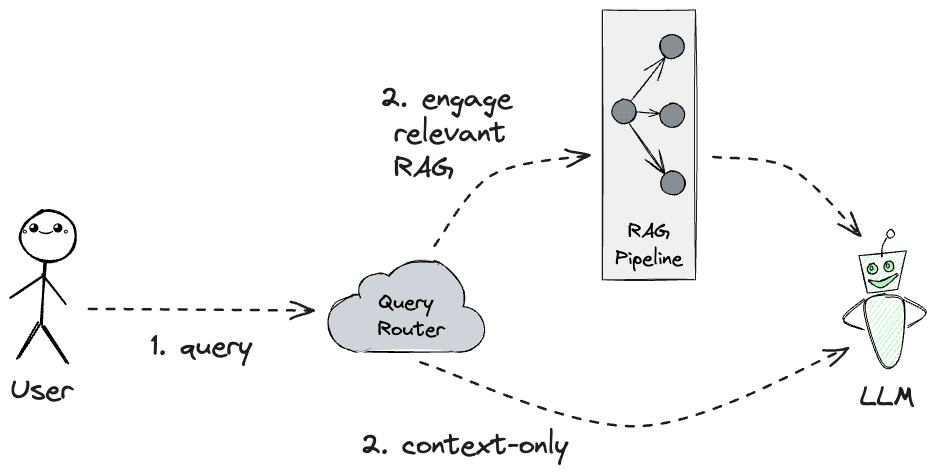
Above: dotnetday-zurich-2025/graphics/rag-with-routing2.excalidraw.png in filipw/filipw.github.io (Excalidraw), before the change. Source tidied: one line per element, renumbered; positions are measured from the earlier drawing's top-left corner, leaving out a move shared by most shapes.
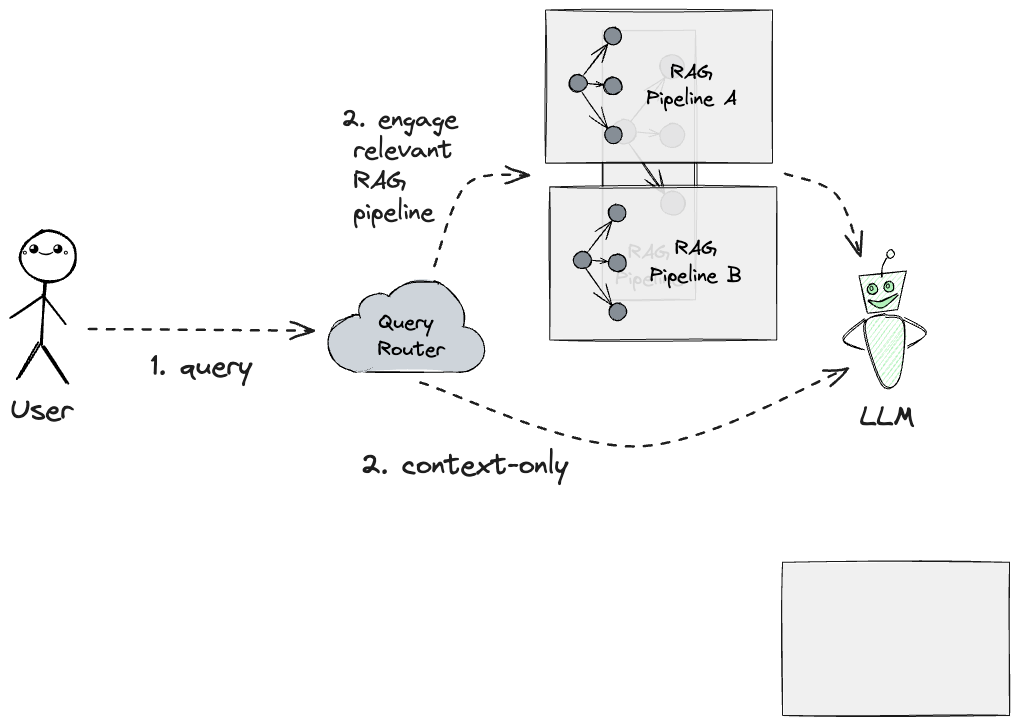
The same file after the commit.

Change to the diagram source:
```diff
@@ -32,16 +32,25 @@
 {"id": 31, "type": "arrow", "strokeColor": "#1e1e1e", "backgroundColor": "#b2f2bb", "fillStyle": "solid", "strokeWidth": 2, "strokeStyle": "dashed", "roughness": 1, "endArrowhead": "arrow", "round": true, "to": 2, "x": 78, "y": 299, "width": 226, "height": 2, "points": [[0, 0], [226, 2]]}
 {"id": 32, "type": "arrow", "strokeColor": "#1e1e1e", "backgroundColor": "#b2f2bb", "fillStyle": "solid", "strokeWidth": 2, "strokeStyle": "dashed", "roughness": 1, "endArrowhead": "arrow", "round": true, "from": 6, "x": 411, "y": 352, "width": 426, "height": 77, "points": [[0, 0], [217, 64], [426, -14]]}
 {"id": 33, "type": "text", "text": "1. query", "strokeColor": "#1e1e1e", "strokeWidth": 2, "roughness": 1, "fontSize": 28, "fontFamily": 1, "x": 141, "y": 319, "width": 101, "height": 35}
-{"id": 34, "type": "text", "text": "2. engage \n relevant\n RAG", "strokeColor": "#1e1e1e", "strokeWidth": 2, "roughness": 1, "fontSize": 28, "fontFamily": 1, "x": 370, "y": 72, "width": 146, "height": 105}
+{"id": 34, "type": "text", "text": "2. engage \n relevant\n RAG\n pipeline", "strokeColor": "#1e1e1e", "strokeWidth": 2, "roughness": 1, "fontSize": 24.74, "fontFamily": 1, "x": 331, "y": 74, "width": 129, "height": 124}
-{"id": 35, "type": "rectangle", "strokeColor": "#000000", "backgroundColor": "#eeeeee", "fillStyle": "solid", "strokeWidth": 1, "roughness": 1, "opacity": 90, "x": 592, "y": 0, "width": 93, "height": 270}
-{"id": 36, "type": "ellipse", "strokeColor": "#000000", "backgroundColor": "#868e96", "fillStyle": "solid", "strokeWidth": 1, "roughness": 1, "round": true, "x": 650, "y": 93, "width": 25, "height": 24}
-{"id": 37, "type": "ellipse", "strokeColor": "#000000", "backgroundColor": "#868e96", "fillStyle": "solid", "strokeWidth": 1, "roughness": 1, "round": true, "x": 602, "y": 90, "width": 25, "height": 24}
-{"id": 38, "type": "ellipse", "strokeColor": "#000000", "backgroundColor": "#868e96", "fillStyle": "solid", "strokeWidth": 1, "roughness": 1, "round": true, "x": 651, "y": 161, "width": 25, "height": 24}
-{"id": 39, "type": "ellipse", "strokeColor": "#000000", "backgroundColor": "#868e96", "fillStyle": "solid", "strokeWidth": 1, "roughness": 1, "round": true, "x": 650, "y": 24, "width": 25, "height": 24}
-{"id": 40, "type": "arrow", "strokeColor": "#000000", "strokeWidth": 1, "roughness": 1, "endArrowhead": "arrow", "from": 37, "x": 619, "y": 114, "width": 36, "height": 50, "points": [[0, 0], [36, 50]]}
-{"id": 41, "type": "arrow", "strokeColor": "#000000", "strokeWidth": 1, "roughness": 1, "endArrowhead": "arrow", "from": 37, "to": 36, "x": 627, "y": 102, "width": 22, "height": 2, "points": [[0, 0], [22, 2]]}
-{"id": 42, "type": "arrow", "strokeColor": "#000000", "strokeWidth": 1, "roughness": 1, "endArrowhead": "arrow", "from": 37, "to": 39, "x": 621, "y": 91, "width": 34, "height": 43, "points": [[0, 0], [34, -43]]}
-{"id": 43, "type": "text", "text": "RAG\nPipeline", "strokeColor": "#000000", "strokeWidth": 1, "roughness": 1, "fontSize": 19.72, "fontFamily": 1, "textAlign": "center", "x": 605, "y": 209, "width": 67, "height": 53}
-{"id": 44, "type": "arrow", "strokeColor": "#1e1e1e", "backgroundColor": "#b2f2bb", "fillStyle": "solid", "strokeWidth": 2, "strokeStyle": "dashed", "roughness": 1, "endArrowhead": "arrow", "round": true, "from": 1, "x": 424, "y": 237, "width": 156, "height": 92, "points": [[0, 0], [57, -72], [156, -92]]}
+{"id": 44, "type": "arrow", "strokeColor": "#1e1e1e", "backgroundColor": "#b2f2bb", "fillStyle": "solid", "strokeWidth": 2, "strokeStyle": "dashed", "roughness": 1, "endArrowhead": "arrow", "round": true, "from": 1, "to": 56, "x": 424, "y": 237, "width": 96, "height": 92, "points": [[0, 0], [32, -83], [96, -92]]}
-{"id": 45, "type": "arrow", "strokeColor": "#1e1e1e", "backgroundColor": "#b2f2bb", "fillStyle": "solid", "strokeWidth": 2, "strokeStyle": "dashed", "roughness": 1, "endArrowhead": "arrow", "round": true, "from": 35, "x": 702, "y": 147, "width": 147, "height": 78, "points": [[0, 0], [79, 12], [147, 78]]}
+{"id": 45, "type": "arrow", "strokeColor": "#1e1e1e", "backgroundColor": "#b2f2bb", "fillStyle": "solid", "strokeWidth": 2, "strokeStyle": "dashed", "roughness": 1, "endArrowhead": "arrow", "round": true, "from": 56, "x": 774, "y": 143, "width": 76, "height": 82, "points": [[0, 0], [53, 21], [76, 82]]}
 {"id": 46, "type": "text", "text": "2. context-only", "strokeColor": "#1e1e1e", "strokeWidth": 2, "roughness": 1, "fontSize": 28, "fontFamily": 1, "x": 350, "y": 418, "width": 208, "height": 35}
+{"id": 47, "type": "rectangle", "strokeColor": "#000000", "backgroundColor": "#eeeeee", "fillStyle": "solid", "strokeWidth": 1, "roughness": 1, "opacity": 90, "x": 535, "y": -20, "width": 227, "height": 153}
+{"id": 48, "type": "ellipse", "strokeColor": "#000000", "backgroundColor": "#868e96", "fillStyle": "solid", "strokeWidth": 1, "roughness": 1, "round": true, "x": 594, "y": 47, "width": 18, "height": 17}
+{"id": 49, "type": "ellipse", "strokeColor": "#000000", "backgroundColor": "#868e96", "fillStyle": "solid", "strokeWidth": 1, "roughness": 1, "round": true, "x": 559, "y": 44, "width": 18, "height": 17}
+{"id": 50, "type": "ellipse", "strokeColor": "#000000", "backgroundColor": "#868e96", "fillStyle": "solid", "strokeWidth": 1, "roughness": 1, "round": true, "x": 594, "y": 96, "width": 18, "height": 17}
+{"id": 51, "type": "ellipse", "strokeColor": "#000000", "backgroundColor": "#868e96", "fillStyle": "solid", "strokeWidth": 1, "roughness": 1, "round": true, "x": 594, "y": -3, "width": 18, "height": 17}
+{"id": 52, "type": "arrow", "strokeColor": "#000000", "strokeWidth": 1, "roughness": 1, "endArrowhead": "arrow", "from": 49, "x": 572, "y": 62, "width": 26, "height": 36, "points": [[0, 0], [26, 36]]}
+{"id": 53, "type": "arrow", "strokeColor": "#000000", "strokeWidth": 1, "roughness": 1, "endArrowhead": "arrow", "from": 49, "to": 48, "x": 578, "y": 53, "width": 16, "height": 1, "points": [[0, 0], [16, 1]]}
+{"id": 54, "type": "arrow", "strokeColor": "#000000", "strokeWidth": 1, "roughness": 1, "endArrowhead": "arrow", "from": 49, "to": 51, "x": 573, "y": 45, "width": 24, "height": 31, "points": [[0, 0], [24, -31]]}
+{"id": 55, "type": "text", "text": "RAG\nPipeline A", "strokeColor": "#000000", "strokeWidth": 1, "roughness": 1, "fontSize": 19.72, "fontFamily": 1, "textAlign": "center", "x": 636, "y": 29, "width": 90, "height": 53}
+{"id": 56, "type": "rectangle", "strokeColor": "#000000", "backgroundColor": "#eeeeee", "fillStyle": "solid", "strokeWidth": 1, "roughness": 1, "opacity": 90, "x": 540, "y": 157, "width": 227, "height": 153}
+{"id": 57, "type": "ellipse", "strokeColor": "#000000", "backgroundColor": "#868e96", "fillStyle": "solid", "strokeWidth": 1, "roughness": 1, "round": true, "x": 598, "y": 224, "width": 18, "height": 17}
+{"id": 58, "type": "ellipse", "strokeColor": "#000000", "backgroundColor": "#868e96", "fillStyle": "solid", "strokeWidth": 1, "roughness": 1, "round": true, "x": 563, "y": 221, "width": 18, "height": 17}
+{"id": 59, "type": "ellipse", "strokeColor": "#000000", "backgroundColor": "#868e96", "fillStyle": "solid", "strokeWidth": 1, "roughness": 1, "round": true, "x": 599, "y": 273, "width": 18, "height": 17}
+{"id": 60, "type": "ellipse", "strokeColor": "#000000", "backgroundColor": "#868e96", "fillStyle": "solid", "strokeWidth": 1, "roughness": 1, "round": true, "x": 598, "y": 174, "width": 18, "height": 17}
+{"id": 61, "type": "arrow", "strokeColor": "#000000", "strokeWidth": 1, "roughness": 1, "endArrowhead": "arrow", "from": 58, "x": 576, "y": 239, "width": 26, "height": 36, "points": [[0, 0], [26, 36]]}
+{"id": 62, "type": "arrow", "strokeColor": "#000000", "strokeWidth": 1, "roughness": 1, "endArrowhead": "arrow", "from": 58, "to": 57, "x": 582, "y": 230, "width": 16, "height": 1, "points": [[0, 0], [16, 1]]}
+{"id": 63, "type": "arrow", "strokeColor": "#000000", "strokeWidth": 1, "roughness": 1, "endArrowhead": "arrow", "from": 58, "to": 60, "x": 578, "y": 222, "width": 24, "height": 31, "points": [[0, 0], [24, -31]]}
+{"id": 64, "type": "text", "text": "RAG\nPipeline B", "strokeColor": "#000000", "strokeWidth": 1, "roughness": 1, "fontSize": 19.72, "fontFamily": 1, "textAlign": "center", "x": 640, "y": 206, "width": 92, "height": 53}
```
